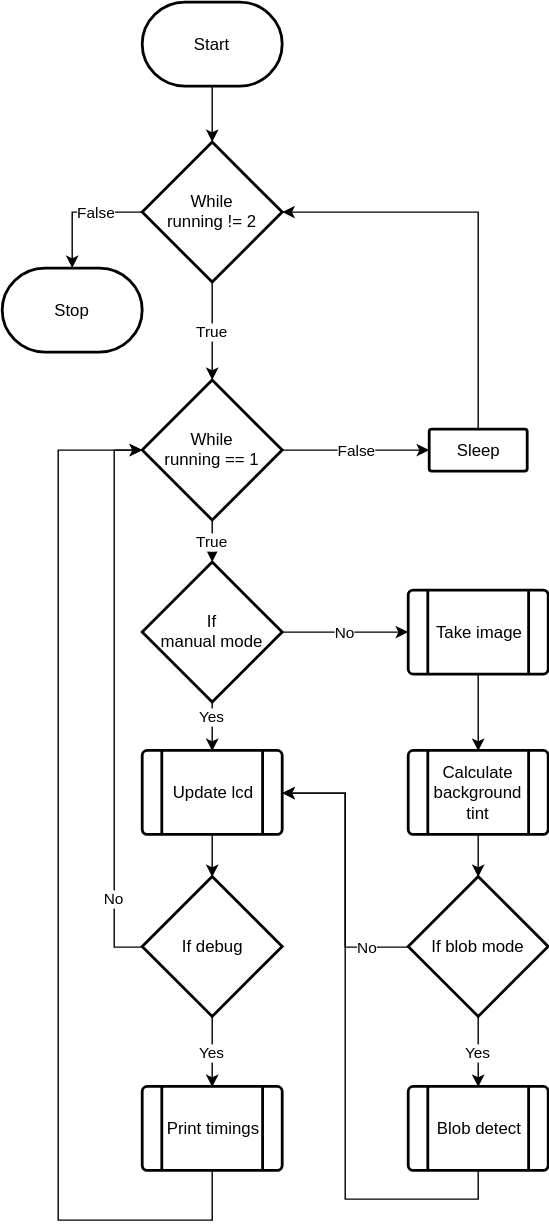
This is docs/flowchart.svg from djh1997/proj324, a draw.io export, as it was before one commit. Source tidied: cells renumbered, new cells last; positions are measured from the earlier drawing's top-left corner, leaving out a move shared by most shapes.
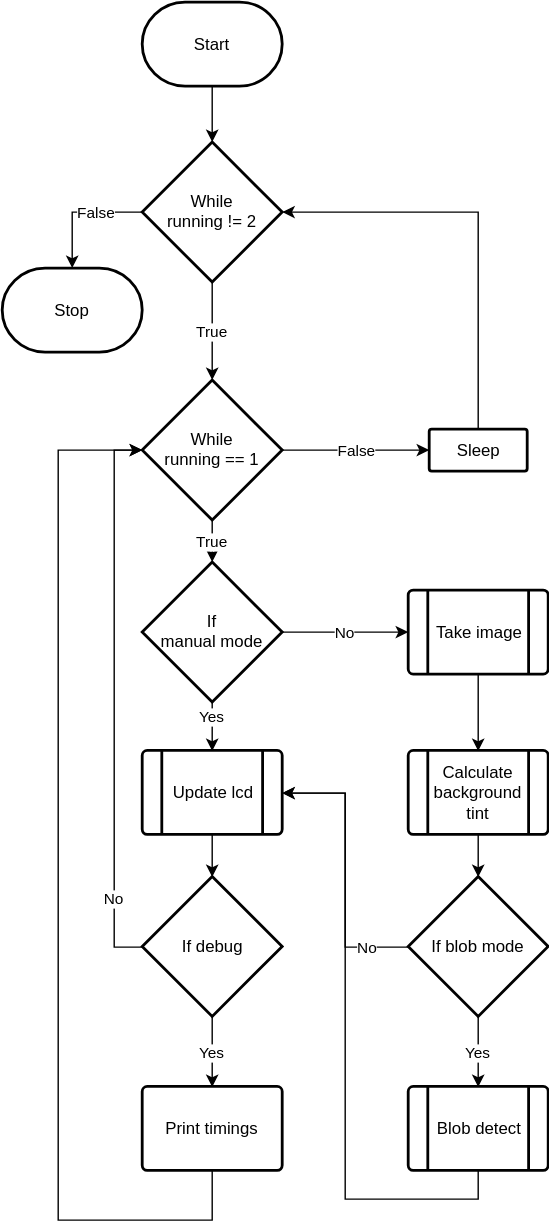
The same file after the commit.

The edit, as a diff of the source:
```diff
@@ -65,7 +65,7 @@
     <mxCell id="22" value="Update lcd" style="verticalLabelPosition=middle;verticalAlign=middle;html=1;strokeWidth=2;shape=process;whiteSpace=wrap;rounded=1;size=0.14;arcSize=6;labelPosition=center;align=center;" parent="1" vertex="1">
       <mxGeometry x="100" y="534.5" width="100" height="60" as="geometry" />
     </mxCell>
-    <mxCell id="23" value="Yes" style="edgeStyle=orthogonalEdgeStyle;rounded=0;html=1;exitX=0.5;exitY=1;exitPerimeter=0;entryX=0.5;entryY=0;jettySize=auto;" parent="1" edge="1" source="25" target="27">
+    <mxCell id="23" value="Yes" style="edgeStyle=orthogonalEdgeStyle;rounded=0;html=1;exitX=0.5;exitY=1;exitPerimeter=0;jettySize=auto;entryX=0.5;entryY=0;entryPerimeter=0;" parent="1" edge="1" source="25" target="27">
       <mxGeometry relative="1" as="geometry" />
     </mxCell>
     <mxCell id="24" value="No" style="edgeStyle=orthogonalEdgeStyle;rounded=0;html=1;exitX=0;exitY=0.5;exitPerimeter=0;jettySize=auto;" parent="1" edge="1" source="25">
@@ -80,7 +80,7 @@
     <mxCell id="25" value="If debug" style="strokeWidth=2;html=1;shape=mxgraph.flowchart.decision;whiteSpace=wrap;" parent="1" vertex="1">
       <mxGeometry x="100" y="624.5" width="100" height="100" as="geometry" />
     </mxCell>
-    <mxCell id="26" style="edgeStyle=orthogonalEdgeStyle;rounded=0;html=1;exitX=0.5;exitY=1;entryX=0;entryY=0.5;entryPerimeter=0;jettySize=auto;" parent="1" edge="1" source="27" target="8">
+    <mxCell id="26" style="edgeStyle=orthogonalEdgeStyle;rounded=0;html=1;entryX=0;entryY=0.5;entryPerimeter=0;jettySize=auto;exitX=0.5;exitY=1;exitPerimeter=0;" parent="1" edge="1" source="27" target="8">
       <mxGeometry relative="1" as="geometry">
         <Array as="points">
           <mxPoint x="150" y="870" />
@@ -89,9 +89,6 @@
         </Array>
       </mxGeometry>
     </mxCell>
-    <mxCell id="27" value="Print timings" style="verticalLabelPosition=middle;verticalAlign=middle;html=1;strokeWidth=2;shape=process;whiteSpace=wrap;rounded=1;size=0.14;arcSize=6;labelPosition=center;align=center;" parent="1" vertex="1">
-      <mxGeometry x="100" y="774.5" width="100" height="60" as="geometry" />
-    </mxCell>
     <mxCell id="28" value="True" style="edgeStyle=orthogonalEdgeStyle;rounded=0;html=1;exitX=0.5;exitY=1;exitPerimeter=0;jettySize=auto;entryX=0.5;entryY=0;entryPerimeter=0;" parent="1" edge="1" source="30" target="8">
       <mxGeometry relative="1" as="geometry" />
     </mxCell>
@@ -104,5 +101,8 @@
     <mxCell id="31" value="Stop" style="strokeWidth=2;html=1;shape=mxgraph.flowchart.terminator;whiteSpace=wrap;" parent="1" vertex="1">
       <mxGeometry y="190" width="100" height="60" as="geometry" />
     </mxCell>
+    <mxCell id="27" value="Print timings" style="strokeWidth=2;html=1;shape=mxgraph.flowchart.process;whiteSpace=wrap;" parent="1" vertex="1">
+      <mxGeometry x="100" y="774.5" width="100" height="60" as="geometry" />
+    </mxCell>
   </root>
 </mxGraphModel>
```
